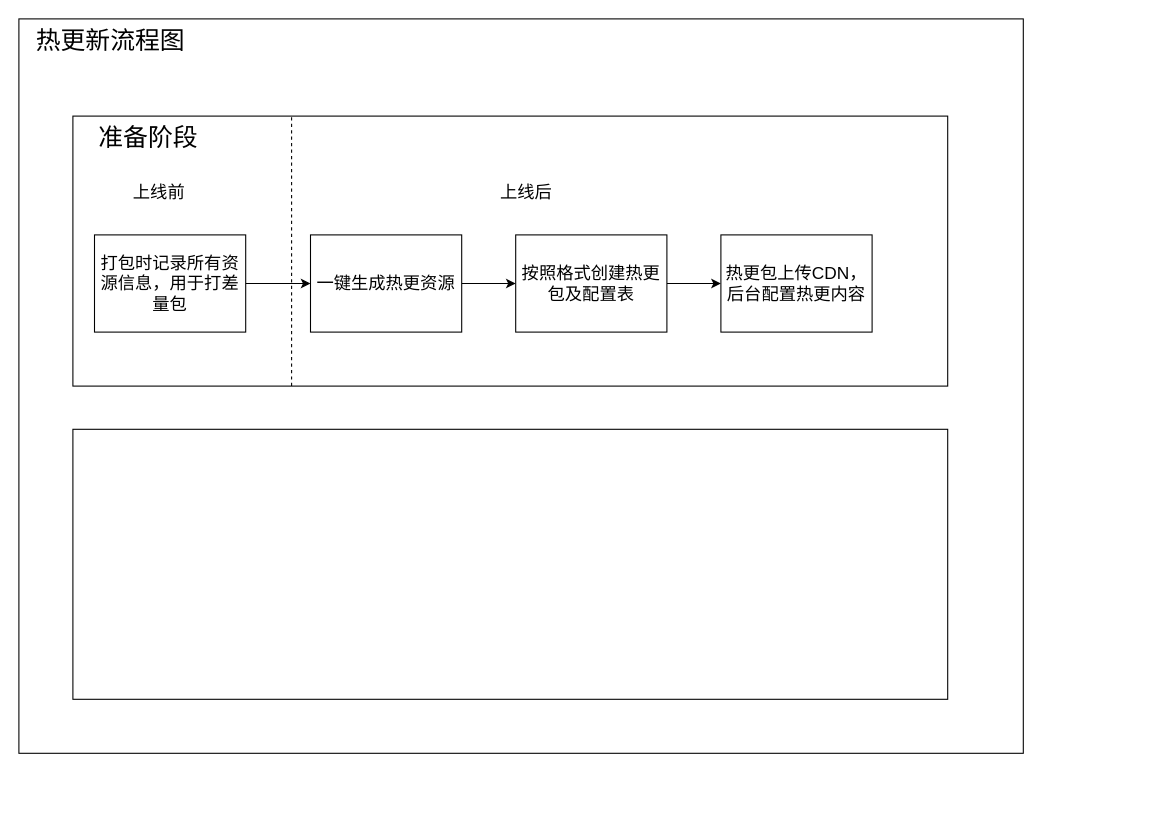
Above: 热更流程图.drawio in xueyiwen1996/draw_test (draw.io), before the change. Source tidied: cells renumbered, new cells numbered last; positions are measured from the earlier drawing's top-left corner, leaving out a move shared by most shapes. Both pictures are drawn from the tidied source at 108%, with x=0, y=0 at pixel (18, 18).
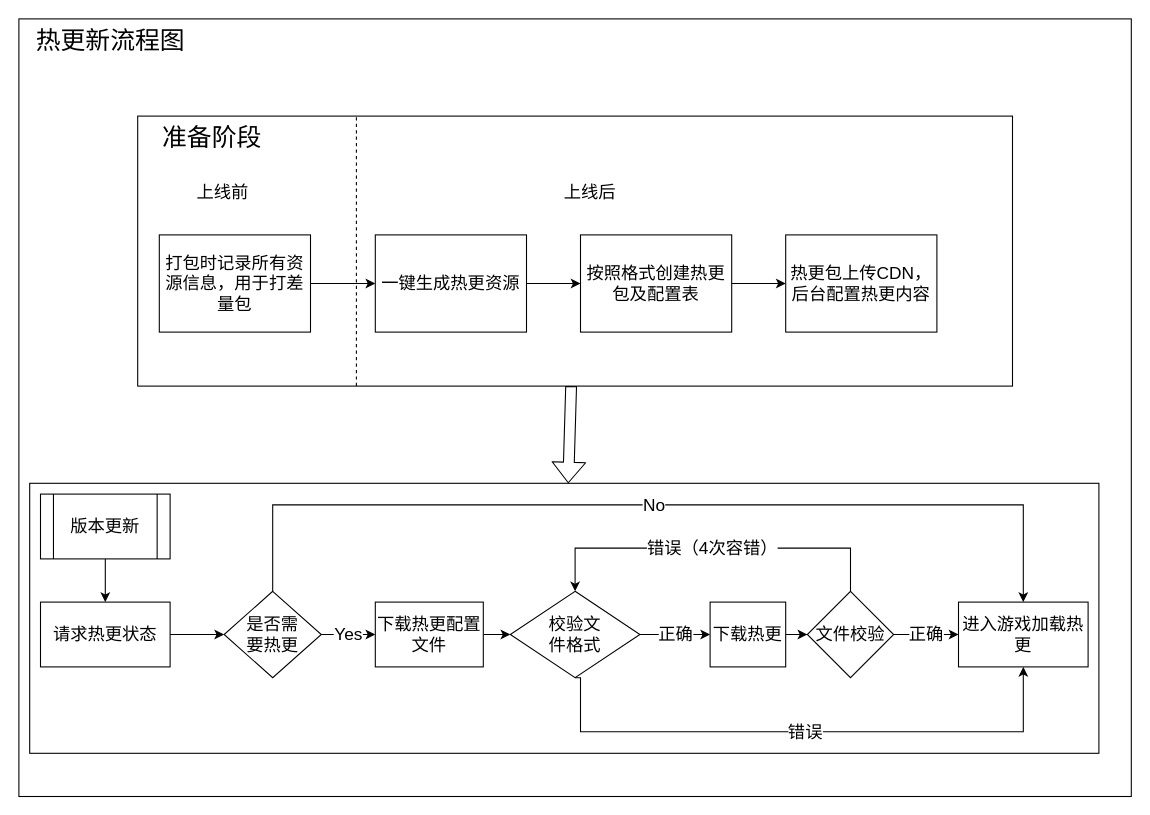
Above is the later version.

Commit message (it also covers changes not shown here):
更新热更流程图.drawio

What changed in the source:
```diff
@@
     <mxCell id="2" style="rounded=0;whiteSpace=wrap;html=1;fontSize=16;" parent="1" vertex="1">
-      <mxGeometry width="930" height="680" as="geometry" />
+      <mxGeometry width="1030" height="720" as="geometry" />
     </mxCell>
     <mxCell id="3" style="rounded=0;whiteSpace=wrap;html=1;" parent="1" vertex="1">
-      <mxGeometry x="50" y="90" width="810" height="250" as="geometry" />
+      <mxGeometry x="110" y="90" width="810" height="250" as="geometry" />
     </mxCell>
     <mxCell id="4" style="rounded=0;whiteSpace=wrap;html=1;" parent="1" vertex="1">
-      <mxGeometry x="50" y="380" width="810" height="250" as="geometry" />
+      <mxGeometry x="10" y="430" width="990" height="250" as="geometry" />
     </mxCell>
-    <mxCell id="5" value="准备阶段" style="text;html=1;strokeColor=none;fillColor=none;align=center;verticalAlign=middle;whiteSpace=wrap;rounded=0;fontSize=23;" parent="1" vertex="1">
-      <mxGeometry x="50" y="90" width="140" height="40" as="geometry" />
-    </mxCell>
@@
     <mxCell id="7" value="上线前" style="text;html=1;strokeColor=none;fillColor=none;align=center;verticalAlign=middle;whiteSpace=wrap;rounded=0;fontSize=16;" parent="1" vertex="1">
-      <mxGeometry x="60" y="140" width="140" height="40" as="geometry" />
+      <mxGeometry x="119" y="140" width="140" height="40" as="geometry" />
     </mxCell>
     <mxCell id="8" value="上线后" style="text;html=1;strokeColor=none;fillColor=none;align=center;verticalAlign=middle;whiteSpace=wrap;rounded=0;fontSize=16;" parent="1" vertex="1">
-      <mxGeometry x="400" y="140" width="140" height="40" as="geometry" />
+      <mxGeometry x="459" y="140" width="140" height="40" as="geometry" />
     </mxCell>
@@
     <mxCell id="10" value="打包时记录所有资源信息，用于打差量包" style="rounded=0;whiteSpace=wrap;html=1;fontSize=16;" parent="1" vertex="1">
-      <mxGeometry x="70" y="200" width="140" height="90" as="geometry" />
+      <mxGeometry x="130" y="200" width="140" height="90" as="geometry" />
     </mxCell>
@@
     <mxCell id="12" value="一键生成热更资源" style="rounded=0;whiteSpace=wrap;html=1;fontSize=16;" parent="1" vertex="1">
-      <mxGeometry x="270" y="200" width="140" height="90" as="geometry" />
+      <mxGeometry x="330" y="200" width="140" height="90" as="geometry" />
     </mxCell>
@@
     <mxCell id="14" value="按照格式创建热更包及配置表" style="rounded=0;whiteSpace=wrap;html=1;fontSize=16;" parent="1" vertex="1">
-      <mxGeometry x="460" y="200" width="140" height="90" as="geometry" />
+      <mxGeometry x="520" y="200" width="140" height="90" as="geometry" />
     </mxCell>
     <mxCell id="15" value="热更包上传CDN，后台配置热更内容" style="rounded=0;whiteSpace=wrap;html=1;fontSize=16;" parent="1" vertex="1">
-      <mxGeometry x="650" y="200" width="140" height="90" as="geometry" />
+      <mxGeometry x="710" y="200" width="140" height="90" as="geometry" />
     </mxCell>
@@
+    <mxCell id="17" style="shape=flexArrow;endArrow=classic;html=1;fontSize=16;" parent="1" edge="1" source="3" target="4">
+      <mxGeometry relative="1" as="geometry" />
+    </mxCell>
+    <mxCell id="18" style="edgeStyle=orthogonalEdgeStyle;rounded=0;jettySize=auto;html=1;fontSize=16;" parent="1" edge="1" source="19" target="21">
+      <mxGeometry relative="1" as="geometry" />
+    </mxCell>
+    <mxCell id="19" value="版本更新" style="shape=process;whiteSpace=wrap;html=1;backgroundOutline=1;fontSize=16;" parent="1" vertex="1">
+      <mxGeometry x="20" y="440" width="120" height="60" as="geometry" />
+    </mxCell>
+    <mxCell id="20" style="edgeStyle=orthogonalEdgeStyle;rounded=0;jettySize=auto;html=1;fontSize=16;" parent="1" edge="1" source="21" target="24">
+      <mxGeometry relative="1" as="geometry" />
+    </mxCell>
+    <mxCell id="21" value="请求热更状态" style="whiteSpace=wrap;html=1;fontSize=16;" parent="1" vertex="1">
+      <mxGeometry x="20" y="540" width="120" height="60" as="geometry" />
+    </mxCell>
+    <mxCell id="22" value="No" style="edgeStyle=orthogonalEdgeStyle;rounded=0;jettySize=auto;html=1;fontSize=16;" parent="1" edge="1" source="24" target="25">
+      <mxGeometry relative="1" as="geometry">
+        <Array as="points">
+          <mxPoint x="235" y="450" />
+          <mxPoint x="930" y="450" />
+        </Array>
+      </mxGeometry>
+    </mxCell>
+    <mxCell id="23" value="Yes" style="edgeStyle=orthogonalEdgeStyle;rounded=0;jettySize=auto;html=1;fontSize=16;" parent="1" edge="1" source="24" target="27">
+      <mxGeometry relative="1" as="geometry" />
+    </mxCell>
+    <mxCell id="24" value="是否需&lt;br&gt;要热更" style="rhombus;whiteSpace=wrap;html=1;fontSize=16;" parent="1" vertex="1">
+      <mxGeometry x="190" y="530" width="90" height="80" as="geometry" />
+    </mxCell>
+    <mxCell id="25" value="进入游戏加载热更" style="rounded=0;whiteSpace=wrap;html=1;fontSize=16;" parent="1" vertex="1">
+      <mxGeometry x="870" y="540" width="120" height="60" as="geometry" />
+    </mxCell>
+    <mxCell id="26" style="edgeStyle=orthogonalEdgeStyle;rounded=0;jettySize=auto;html=1;fontSize=16;" parent="1" edge="1" source="27" target="30">
+      <mxGeometry relative="1" as="geometry" />
+    </mxCell>
+    <mxCell id="27" value="下载热更配置文件" style="whiteSpace=wrap;html=1;fontSize=16;" parent="1" vertex="1">
+      <mxGeometry x="330" y="540" width="100" height="60" as="geometry" />
+    </mxCell>
+    <mxCell id="28" value="错误" style="edgeStyle=orthogonalEdgeStyle;rounded=0;jettySize=auto;html=1;fontSize=16;entryX=0.5;entryY=1;entryDx=0;entryDy=0;exitX=0.5;exitY=1;exitDx=0;exitDy=0;" parent="1" edge="1" source="30" target="25">
+      <mxGeometry relative="1" as="geometry">
+        <Array as="points">
+          <mxPoint x="520" y="660" />
+          <mxPoint x="930" y="660" />
+        </Array>
+      </mxGeometry>
+    </mxCell>
+    <mxCell id="29" value="正确" style="edgeStyle=orthogonalEdgeStyle;rounded=0;jettySize=auto;html=1;fontSize=16;" parent="1" edge="1" source="30" target="32">
+      <mxGeometry relative="1" as="geometry" />
+    </mxCell>
+    <mxCell id="30" value="校验文&lt;br&gt;件格式" style="rhombus;whiteSpace=wrap;html=1;fontSize=16;" parent="1" vertex="1">
+      <mxGeometry x="455" y="530" width="120" height="80" as="geometry" />
+    </mxCell>
+    <mxCell id="31" style="edgeStyle=orthogonalEdgeStyle;rounded=0;jettySize=auto;html=1;fontSize=16;" parent="1" edge="1" source="32" target="35">
+      <mxGeometry relative="1" as="geometry" />
+    </mxCell>
+    <mxCell id="32" value="下载热更" style="whiteSpace=wrap;html=1;fontSize=16;" parent="1" vertex="1">
+      <mxGeometry x="640" y="540" width="70" height="60" as="geometry" />
+    </mxCell>
+    <mxCell id="33" value="正确" style="edgeStyle=orthogonalEdgeStyle;rounded=0;jettySize=auto;html=1;fontSize=16;" parent="1" edge="1" source="35" target="25">
+      <mxGeometry relative="1" as="geometry" />
+    </mxCell>
+    <mxCell id="34" value="错误（4次容错）" style="edgeStyle=orthogonalEdgeStyle;rounded=0;jettySize=auto;html=1;fontSize=16;" parent="1" edge="1" source="35" target="30">
+      <mxGeometry relative="1" as="geometry">
+        <Array as="points">
+          <mxPoint x="770" y="490" />
+          <mxPoint x="515" y="490" />
+        </Array>
+      </mxGeometry>
+    </mxCell>
+    <mxCell id="35" value="文件校验" style="rhombus;whiteSpace=wrap;html=1;fontSize=16;" parent="1" vertex="1">
+      <mxGeometry x="730" y="530" width="80" height="80" as="geometry" />
+    </mxCell>
+    <mxCell id="5" value="准备阶段" style="text;html=1;strokeColor=none;fillColor=none;align=center;verticalAlign=middle;whiteSpace=wrap;rounded=0;fontSize=23;" parent="1" vertex="1">
+      <mxGeometry x="109" y="90" width="140" height="40" as="geometry" />
+    </mxCell>
```
